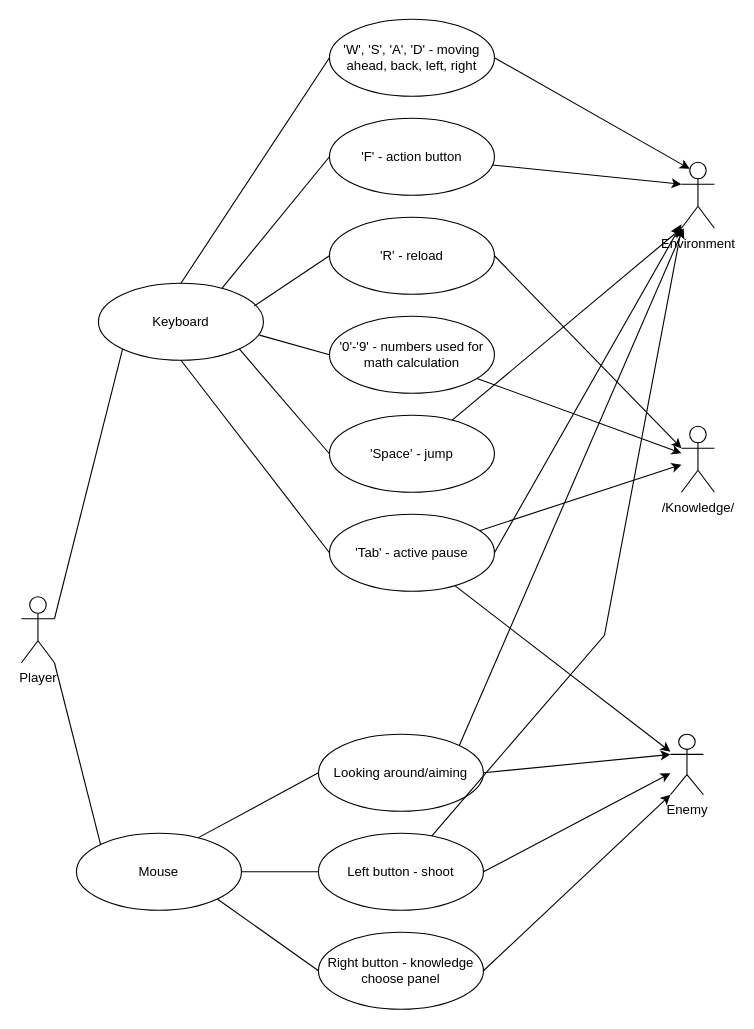
The draw.io diagram use_case_diagram_aeg.drawio in Dexmo-7/ProjectM01, before the edit. Source tidied: cells renumbered, new cells numbered last; positions are measured from the earlier drawing's top-left corner, leaving out a move shared by most shapes. Both pictures are drawn from the tidied source at 110%, with x=0, y=0 at pixel (21, 19).
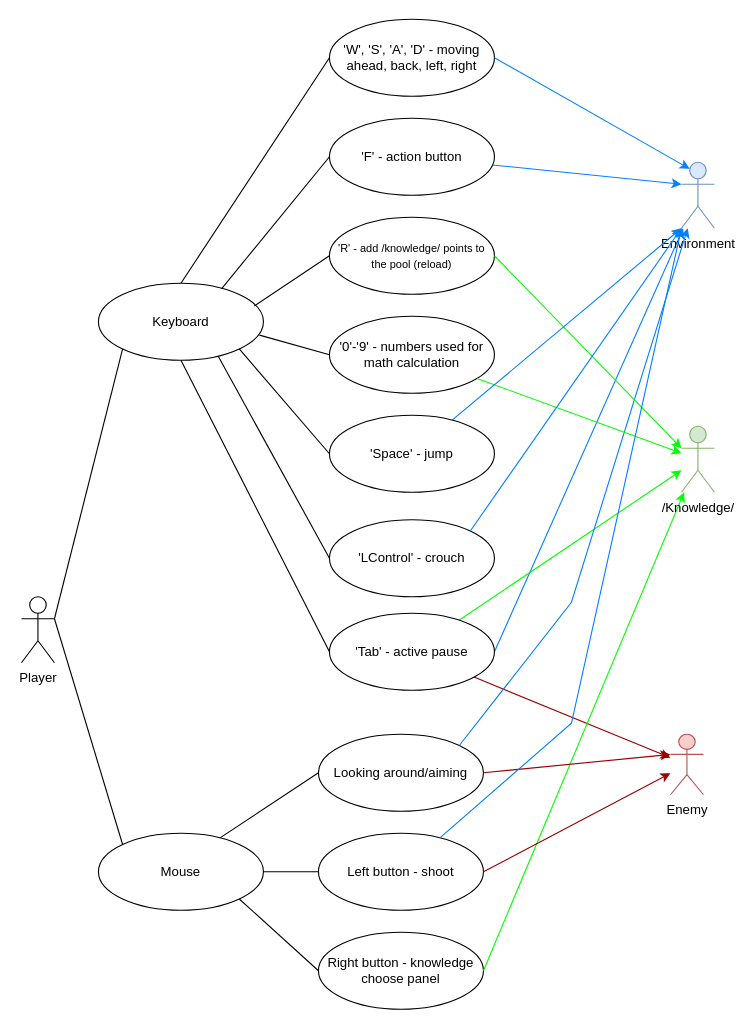
The same page after the edit.

Commit message:
Add information about relations between player cases/knowledge/enemy/environment

The change refers to these unchanged cells:
```xml
<mxCell id="2" value="Player" style="shape=umlActor;verticalLabelPosition=bottom;verticalAlign=top;html=1;outlineConnect=0;" parent="1" vertex="1">
  <mxGeometry y="525" width="30" height="60" as="geometry" />
</mxCell>
<mxCell id="3" value="'W', 'S', 'A', 'D' - moving ahead, back, left, right" style="ellipse;whiteSpace=wrap;html=1;" parent="1" vertex="1">
  <mxGeometry x="280" width="150" height="70" as="geometry" />
</mxCell>
<mxCell id="4" value="'F' - action button" style="ellipse;whiteSpace=wrap;html=1;" parent="1" vertex="1">
  <mxGeometry x="280" y="90" width="150" height="70" as="geometry" />
</mxCell>
<mxCell id="5" value="'Space' - jump" style="ellipse;whiteSpace=wrap;html=1;" parent="1" vertex="1">
  <mxGeometry x="280" y="360" width="150" height="70" as="geometry" />
</mxCell>
<mxCell id="6" value="Keyboard" style="ellipse;whiteSpace=wrap;html=1;" parent="1" vertex="1">
  <mxGeometry x="70" y="240" width="150" height="70" as="geometry" />
</mxCell>
<mxCell id="12" value="Looking around/aiming" style="ellipse;whiteSpace=wrap;html=1;" parent="1" vertex="1">
  <mxGeometry x="270" y="650" width="150" height="70" as="geometry" />
</mxCell>
<mxCell id="13" value="Left button - shoot" style="ellipse;whiteSpace=wrap;html=1;" parent="1" vertex="1">
  <mxGeometry x="270" y="740" width="150" height="70" as="geometry" />
</mxCell>
<mxCell id="15" value="'0'-'9' - numbers used for math calculation" style="ellipse;whiteSpace=wrap;html=1;" parent="1" vertex="1">
  <mxGeometry x="280" y="270" width="150" height="70" as="geometry" />
</mxCell>
<mxCell id="16" value="Right button - knowledge choose panel" style="ellipse;whiteSpace=wrap;html=1;" parent="1" vertex="1">
  <mxGeometry x="270" y="830" width="150" height="70" as="geometry" />
</mxCell>
```

What changed in the source:
```diff
@@
     <mxCell id="7" value="Mouse" style="ellipse;whiteSpace=wrap;html=1;" parent="1" vertex="1">
-      <mxGeometry x="50" y="740" width="150" height="70" as="geometry" />
+      <mxGeometry x="70" y="740" width="150" height="70" as="geometry" />
     </mxCell>
-    <mxCell id="8" style="rounded=0;jettySize=auto;html=1;exitX=1;exitY=0.5;exitDx=0;exitDy=0;" parent="1" edge="1" source="11" target="17">
+    <mxCell id="8" style="rounded=0;jettySize=auto;html=1;exitX=1;exitY=0.5;exitDx=0;exitDy=0;strokeColor=#007FFF;" parent="1" edge="1" source="11" target="17">
       <mxGeometry relative="1" as="geometry" />
     </mxCell>
-    <mxCell id="9" style="rounded=0;jettySize=auto;html=1;" parent="1" edge="1" source="11" target="18">
+    <mxCell id="9" style="rounded=0;jettySize=auto;html=1;strokeColor=#990000;" parent="1" edge="1" source="11" target="18">
       <mxGeometry relative="1" as="geometry" />
     </mxCell>
-    <mxCell id="10" style="rounded=0;jettySize=auto;html=1;" parent="1" edge="1" source="11" target="35">
+    <mxCell id="10" style="rounded=0;jettySize=auto;html=1;strokeColor=#00FF00;" parent="1" edge="1" source="11" target="35">
       <mxGeometry relative="1" as="geometry" />
     </mxCell>
     <mxCell id="11" value="'Tab' - active pause" style="ellipse;whiteSpace=wrap;html=1;" parent="1" vertex="1">
-      <mxGeometry x="280" y="450" width="150" height="70" as="geometry" />
+      <mxGeometry x="280" y="540" width="150" height="70" as="geometry" />
     </mxCell>
@@
-    <mxCell id="14" value="'R' - reload" style="ellipse;whiteSpace=wrap;html=1;" parent="1" vertex="1">
+    <mxCell id="14" value="&lt;font style=&quot;font-size: 10px;&quot;&gt;'R' - add /knowledge/ points to the pool (reload)&lt;/font&gt;" style="ellipse;whiteSpace=wrap;html=1;" parent="1" vertex="1">
       <mxGeometry x="280" y="180" width="150" height="70" as="geometry" />
     </mxCell>
@@
-    <mxCell id="17" value="Environment" style="shape=umlActor;verticalLabelPosition=bottom;verticalAlign=top;html=1;outlineConnect=0;" parent="1" vertex="1">
+    <mxCell id="17" value="Environment" style="shape=umlActor;verticalLabelPosition=bottom;verticalAlign=top;html=1;outlineConnect=0;fillColor=#dae8fc;strokeColor=#6c8ebf;" parent="1" vertex="1">
       <mxGeometry x="600" y="130" width="30" height="60" as="geometry" />
     </mxCell>
-    <mxCell id="18" value="Enemy" style="shape=umlActor;verticalLabelPosition=bottom;verticalAlign=top;html=1;outlineConnect=0;" parent="1" vertex="1">
+    <mxCell id="18" value="Enemy" style="shape=umlActor;verticalLabelPosition=bottom;verticalAlign=top;html=1;outlineConnect=0;fillColor=#f8cecc;strokeColor=#b85450;" parent="1" vertex="1">
       <mxGeometry x="590" y="650" width="30" height="55" as="geometry" />
     </mxCell>
@@
-    <mxCell id="22" style="endArrow=none;html=1;rounded=0;exitX=1;exitY=0.3333333333333333;exitDx=0;exitDy=0;exitPerimeter=0;entryX=0;entryY=1;entryDx=0;entryDy=0;" parent="1" edge="1" source="2" target="6">
+    <mxCell id="22" style="endArrow=none;html=1;rounded=0;entryX=0;entryY=1;entryDx=0;entryDy=0;exitX=1;exitY=0.3333333333333333;exitDx=0;exitDy=0;exitPerimeter=0;" parent="1" edge="1" source="2" target="6">
       <mxGeometry relative="1" as="geometry" />
     </mxCell>
-    <mxCell id="23" style="endArrow=none;html=1;rounded=0;exitX=1;exitY=1;exitDx=0;exitDy=0;exitPerimeter=0;entryX=0;entryY=0;entryDx=0;entryDy=0;" parent="1" edge="1" source="2" target="7">
+    <mxCell id="23" style="endArrow=none;html=1;rounded=0;exitX=1;exitY=0.3333333333333333;exitDx=0;exitDy=0;exitPerimeter=0;entryX=0;entryY=0;entryDx=0;entryDy=0;" parent="1" edge="1" source="2" target="7">
       <mxGeometry relative="1" as="geometry" />
     </mxCell>
@@
-    <mxCell id="25" style="endArrow=classic;html=1;rounded=0;exitX=1;exitY=0.5;exitDx=0;exitDy=0;entryX=0;entryY=1;entryDx=0;entryDy=0;entryPerimeter=0;endFill=1;" parent="1" edge="1" source="16" target="18">
+    <mxCell id="25" style="endArrow=classic;html=1;rounded=0;exitX=1;exitY=0.5;exitDx=0;exitDy=0;endFill=1;strokeColor=#00FF00;" parent="1" edge="1" source="16" target="35">
       <mxGeometry relative="1" as="geometry" />
     </mxCell>
-    <mxCell id="26" style="endArrow=classic;html=1;rounded=0;exitX=1;exitY=0.5;exitDx=0;exitDy=0;endFill=1;" parent="1" edge="1" source="13" target="18">
+    <mxCell id="26" style="endArrow=classic;html=1;rounded=0;exitX=1;exitY=0.5;exitDx=0;exitDy=0;endFill=1;strokeColor=#990000;" parent="1" edge="1" source="13" target="18">
       <mxGeometry relative="1" as="geometry" />
     </mxCell>
-    <mxCell id="27" style="endArrow=classic;html=1;rounded=0;exitX=1;exitY=0.5;exitDx=0;exitDy=0;entryX=0;entryY=0.3333333333333333;entryDx=0;entryDy=0;entryPerimeter=0;endFill=1;" parent="1" edge="1" source="12" target="18">
+    <mxCell id="27" style="endArrow=classic;html=1;rounded=0;exitX=1;exitY=0.5;exitDx=0;exitDy=0;entryX=0;entryY=0.3333333333333333;entryDx=0;entryDy=0;entryPerimeter=0;endFill=1;strokeColor=#990000;" parent="1" edge="1" source="12" target="18">
       <mxGeometry relative="1" as="geometry" />
     </mxCell>
-    <mxCell id="28" style="endArrow=classic;html=1;rounded=0;exitX=1;exitY=0;exitDx=0;exitDy=0;endFill=1;" parent="1" edge="1" source="12" target="17">
-      <mxGeometry relative="1" as="geometry" />
+    <mxCell id="28" style="endArrow=classic;html=1;rounded=0;exitX=1;exitY=0;exitDx=0;exitDy=0;endFill=1;strokeColor=#007FFF;" parent="1" edge="1" source="12" target="17">
+      <mxGeometry relative="1" as="geometry">
+        <Array as="points">
+          <mxPoint x="500" y="530" />
+        </Array>
+      </mxGeometry>
     </mxCell>
@@
-    <mxCell id="34" style="endArrow=classic;html=1;rounded=0;exitX=1;exitY=0.5;exitDx=0;exitDy=0;entryX=0.25;entryY=0.1;entryDx=0;entryDy=0;entryPerimeter=0;endFill=1;" parent="1" edge="1" source="3" target="17">
+    <mxCell id="34" style="endArrow=classic;html=1;rounded=0;exitX=1;exitY=0.5;exitDx=0;exitDy=0;entryX=0.25;entryY=0.1;entryDx=0;entryDy=0;entryPerimeter=0;endFill=1;strokeColor=#007FFF;" parent="1" edge="1" source="3" target="17">
       <mxGeometry relative="1" as="geometry" />
     </mxCell>
-    <mxCell id="35" value="/Knowledge/" style="shape=umlActor;verticalLabelPosition=bottom;verticalAlign=top;html=1;outlineConnect=0;" parent="1" vertex="1">
+    <mxCell id="35" value="/Knowledge/" style="shape=umlActor;verticalLabelPosition=bottom;verticalAlign=top;html=1;outlineConnect=0;fillColor=#d5e8d4;strokeColor=#82b366;" parent="1" vertex="1">
       <mxGeometry x="600" y="370" width="30" height="60" as="geometry" />
     </mxCell>
-    <mxCell id="36" style="rounded=0;jettySize=auto;html=1;entryX=0;entryY=0.3333333333333333;entryDx=0;entryDy=0;entryPerimeter=0;exitX=1;exitY=0.5;exitDx=0;exitDy=0;" parent="1" edge="1" source="14" target="35">
+    <mxCell id="36" style="rounded=0;jettySize=auto;html=1;entryX=0;entryY=0.3333333333333333;entryDx=0;entryDy=0;entryPerimeter=0;exitX=1;exitY=0.5;exitDx=0;exitDy=0;strokeColor=#00FF00;" parent="1" edge="1" source="14" target="35">
       <mxGeometry relative="1" as="geometry" />
     </mxCell>
-    <mxCell id="37" style="rounded=0;jettySize=auto;html=1;entryX=0;entryY=0.3333333333333333;entryDx=0;entryDy=0;entryPerimeter=0;" parent="1" edge="1" source="4" target="17">
+    <mxCell id="37" style="rounded=0;jettySize=auto;html=1;entryX=0;entryY=0.3333333333333333;entryDx=0;entryDy=0;entryPerimeter=0;strokeColor=#007FFF;" parent="1" edge="1" source="4" target="17">
       <mxGeometry relative="1" as="geometry" />
     </mxCell>
-    <mxCell id="38" style="rounded=0;jettySize=auto;html=1;" parent="1" edge="1" source="15" target="35">
+    <mxCell id="38" style="rounded=0;jettySize=auto;html=1;strokeColor=#00FF00;" parent="1" edge="1" source="15" target="35">
       <mxGeometry relative="1" as="geometry" />
     </mxCell>
-    <mxCell id="39" style="rounded=0;jettySize=auto;html=1;entryX=0;entryY=1;entryDx=0;entryDy=0;entryPerimeter=0;" parent="1" edge="1" source="5" target="17">
+    <mxCell id="39" style="rounded=0;jettySize=auto;html=1;entryX=0;entryY=1;entryDx=0;entryDy=0;entryPerimeter=0;strokeColor=#007FFF;" parent="1" edge="1" source="5" target="17">
       <mxGeometry relative="1" as="geometry" />
     </mxCell>
-    <mxCell id="40" style="rounded=0;jettySize=auto;html=1;entryX=0;entryY=1;entryDx=0;entryDy=0;entryPerimeter=0;" parent="1" edge="1" source="13" target="17">
+    <mxCell id="40" style="rounded=0;jettySize=auto;html=1;entryX=0;entryY=1;entryDx=0;entryDy=0;entryPerimeter=0;strokeColor=#007FFF;" parent="1" edge="1" source="13" target="17">
       <mxGeometry relative="1" as="geometry">
         <Array as="points">
-          <mxPoint x="530" y="560" />
+          <mxPoint x="500" y="640" />
         </Array>
       </mxGeometry>
     </mxCell>
+    <mxCell id="41" value="'LControl' - crouch" style="ellipse;whiteSpace=wrap;html=1;" parent="1" vertex="1">
+      <mxGeometry x="280" y="455" width="150" height="70" as="geometry" />
+    </mxCell>
+    <mxCell id="42" style="endArrow=none;html=1;rounded=0;exitX=0.726;exitY=0.949;exitDx=0;exitDy=0;entryX=0;entryY=0.5;entryDx=0;entryDy=0;exitPerimeter=0;" parent="1" edge="1" source="6" target="41">
+      <mxGeometry relative="1" as="geometry" />
+    </mxCell>
+    <mxCell id="43" style="rounded=0;jettySize=auto;html=1;entryX=0;entryY=1;entryDx=0;entryDy=0;entryPerimeter=0;exitX=1;exitY=0;exitDx=0;exitDy=0;strokeColor=#007FFF;" parent="1" edge="1" source="41" target="17">
+      <mxGeometry relative="1" as="geometry" />
+    </mxCell>
```
